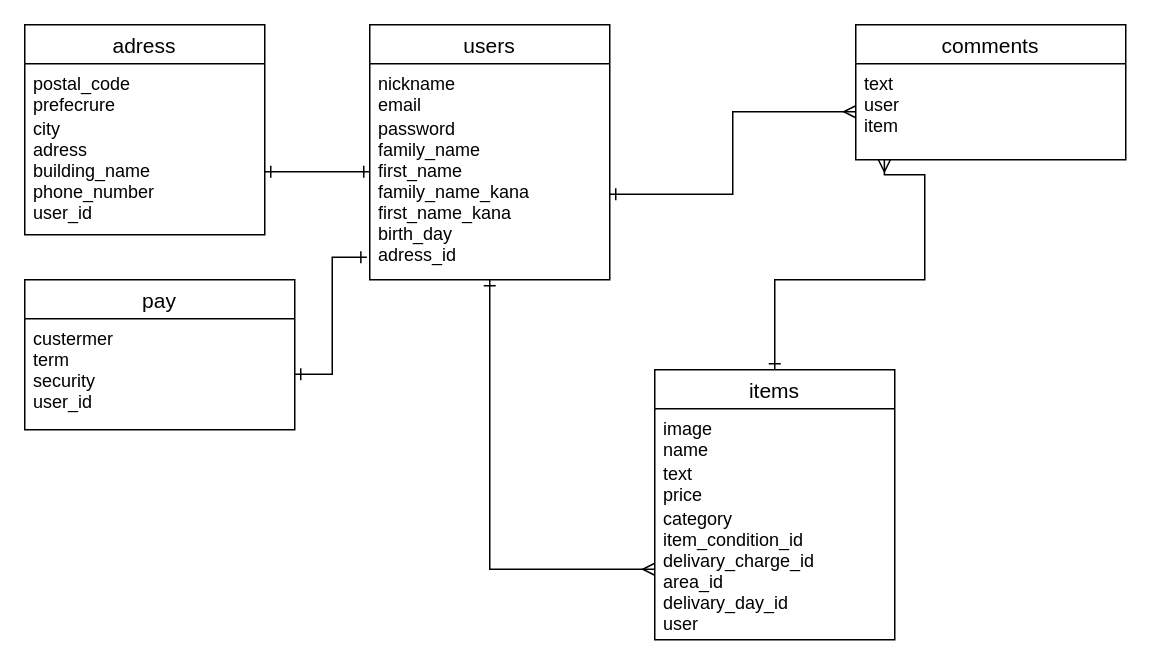
This is furima.dio from sugiryota/furima-35701, a draw.io file, before an edit. Source tidied: cells renumbered, new cells numbered last; positions are measured from the earlier drawing's top-left corner, leaving out a move shared by most shapes. Both pictures are drawn from the tidied source at 150%, with x=0, y=0 at pixel (24, 24).
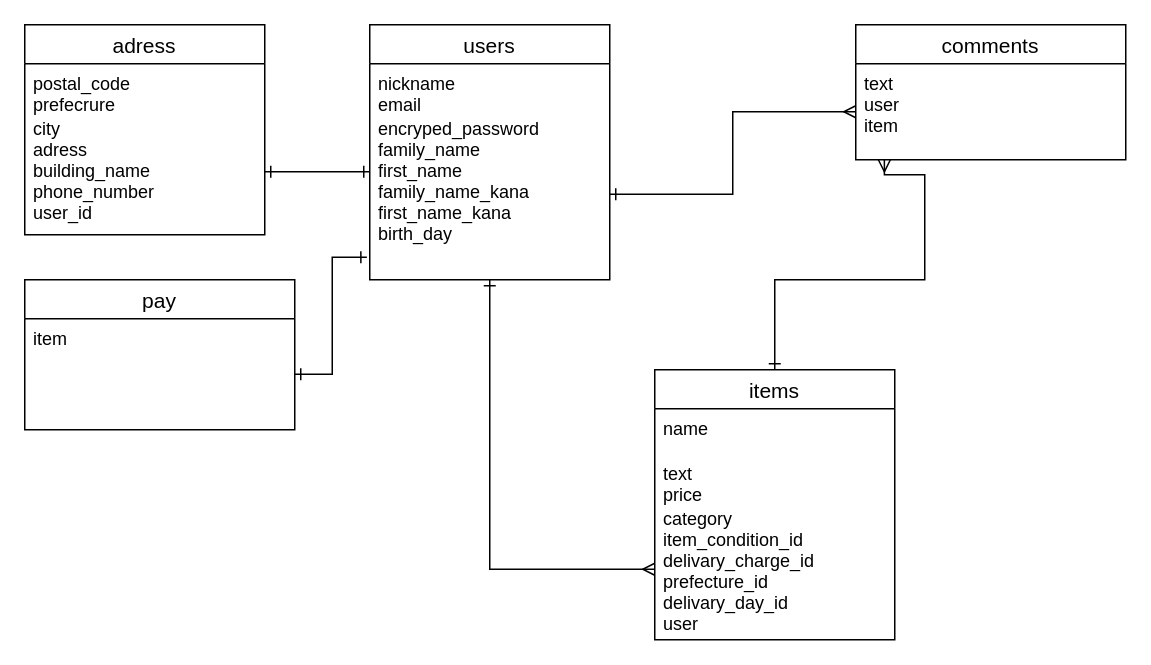
The same diagram, later.

The change refers to these unchanged cells:
```xml
<mxCell id="3" value="users" style="swimlane;fontStyle=0;horizontal=1;startSize=26;align=center;fontSize=14;" parent="1" vertex="1">
  <mxGeometry x="230" width="160" height="170" as="geometry" />
</mxCell>
<mxCell id="9" value="items" style="swimlane;fontStyle=0;horizontal=1;startSize=26;align=center;fontSize=14;" parent="1" vertex="1">
  <mxGeometry x="420" y="230" width="160" height="180" as="geometry" />
</mxCell>
<mxCell id="18" value="pay" style="swimlane;fontStyle=0;horizontal=1;startSize=26;align=center;fontSize=14;" parent="1" vertex="1">
  <mxGeometry y="170" width="180" height="100" as="geometry" />
</mxCell>
```

The edit, as a diff of the source:
```diff
@@
-    <mxCell id="5" value="password&#10;family_name&#10;first_name&#10;family_name_kana&#10;first_name_kana&#10;birth_day&#10;adress_id&#10;" style="text;strokeColor=none;fillColor=none;spacingLeft=4;spacingRight=4;overflow=hidden;points=[[0,0.5],[1,0.5]];portConstraint=eastwest;fontSize=12;" parent="3" vertex="1">
+    <mxCell id="5" value="encryped_password&#10;family_name&#10;first_name&#10;family_name_kana&#10;first_name_kana&#10;birth_day&#10;" style="text;strokeColor=none;fillColor=none;spacingLeft=4;spacingRight=4;overflow=hidden;points=[[0,0.5],[1,0.5]];portConstraint=eastwest;fontSize=12;" parent="3" vertex="1">
       <mxGeometry y="56" width="160" height="114" as="geometry" />
     </mxCell>
@@
-    <mxCell id="10" value="image&#10;name" style="text;strokeColor=none;fillColor=none;spacingLeft=4;spacingRight=4;overflow=hidden;fontSize=12;" parent="9" vertex="1">
+    <mxCell id="10" value="name" style="text;strokeColor=none;fillColor=none;spacingLeft=4;spacingRight=4;overflow=hidden;fontSize=12;" parent="9" vertex="1">
       <mxGeometry y="26" width="160" height="30" as="geometry" />
     </mxCell>
@@
-    <mxCell id="12" value="category&#10;item_condition_id&#10;delivary_charge_id&#10;area_id&#10;delivary_day_id&#10;user" style="text;strokeColor=none;fillColor=none;spacingLeft=4;spacingRight=4;overflow=hidden;points=[[0,0.5],[1,0.5]];portConstraint=eastwest;fontSize=12;" parent="9" vertex="1">
+    <mxCell id="12" value="category&#10;item_condition_id&#10;delivary_charge_id&#10;prefecture_id&#10;delivary_day_id&#10;user" style="text;strokeColor=none;fillColor=none;spacingLeft=4;spacingRight=4;overflow=hidden;points=[[0,0.5],[1,0.5]];portConstraint=eastwest;fontSize=12;" parent="9" vertex="1">
       <mxGeometry y="86" width="160" height="94" as="geometry" />
     </mxCell>
@@
-    <mxCell id="19" value="custermer&#10;term&#10;security&#10;user_id" style="text;strokeColor=none;fillColor=none;spacingLeft=4;spacingRight=4;overflow=hidden;points=[[0,0.5],[1,0.5]];portConstraint=eastwest;fontSize=12;" parent="18" vertex="1">
+    <mxCell id="19" value="item" style="text;strokeColor=none;fillColor=none;spacingLeft=4;spacingRight=4;overflow=hidden;points=[[0,0.5],[1,0.5]];portConstraint=eastwest;fontSize=12;" parent="18" vertex="1">
       <mxGeometry y="26" width="180" height="74" as="geometry" />
     </mxCell>
```
